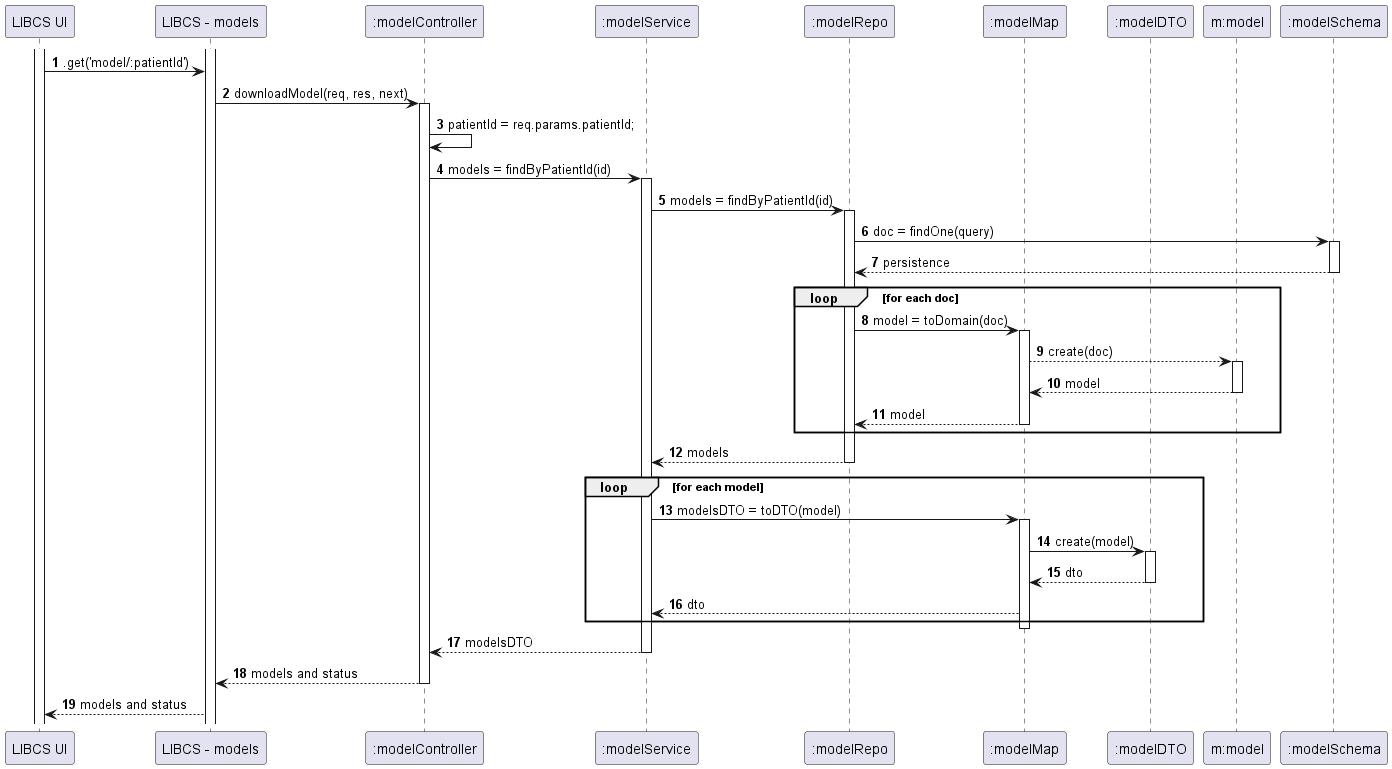
Above: wiki/diagrams/UCS/UC10/nivel3/UC10.png in Pedro-Teixeira-1211184/least-invasive-breast-cancer-surgery (PlantUML), before the change.
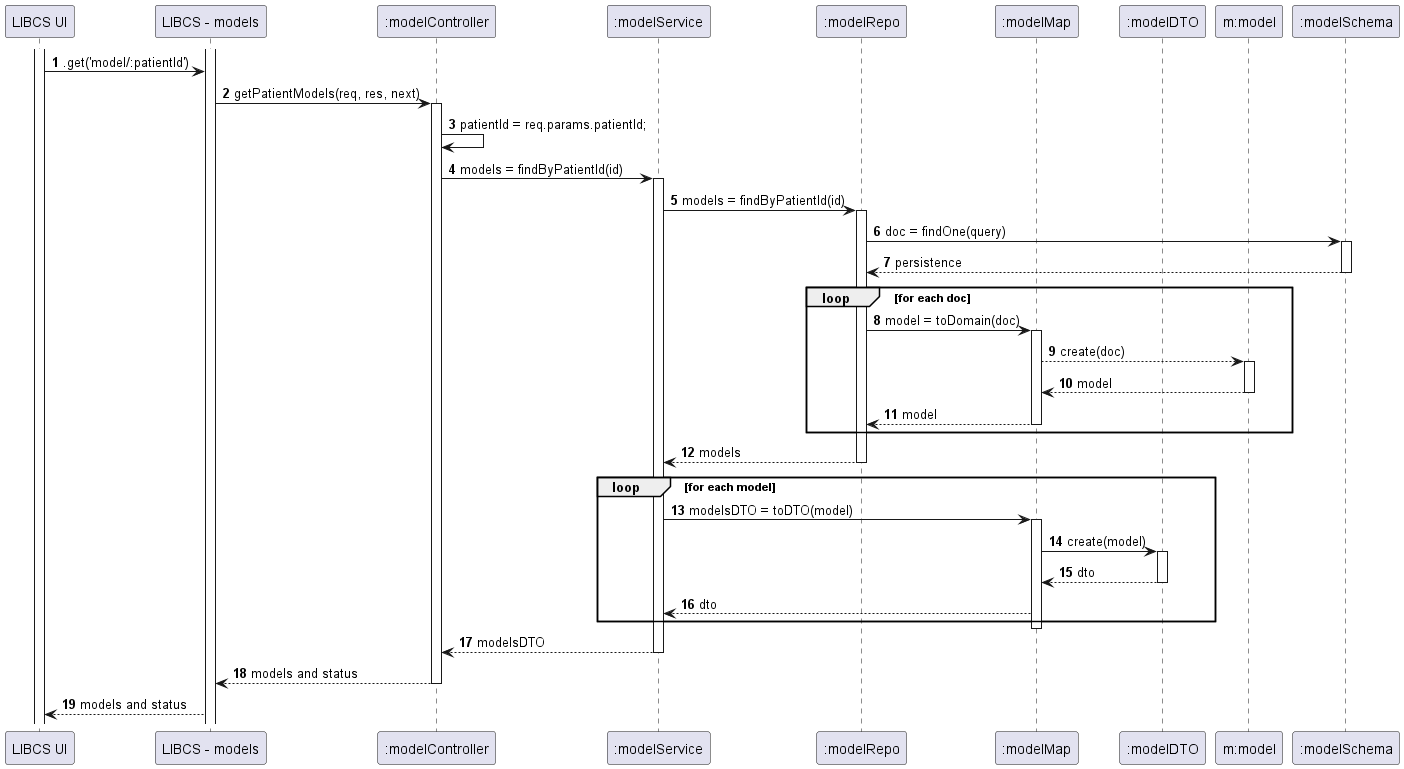
Later version of the same file.

Diff of the diagram source:
```diff
@@ -15,7 +15,7 @@
 activate UI
 activate API
 UI -> API : .get('model/:patientId')
-API -> BC : downloadModel(req, res, next)
+API -> BC : getPatientModels(req, res, next)
 activate BC
 BC -> BC : patientId = req.params.patientId;
 BC -> BS : models = findByPatientId(id)
```
